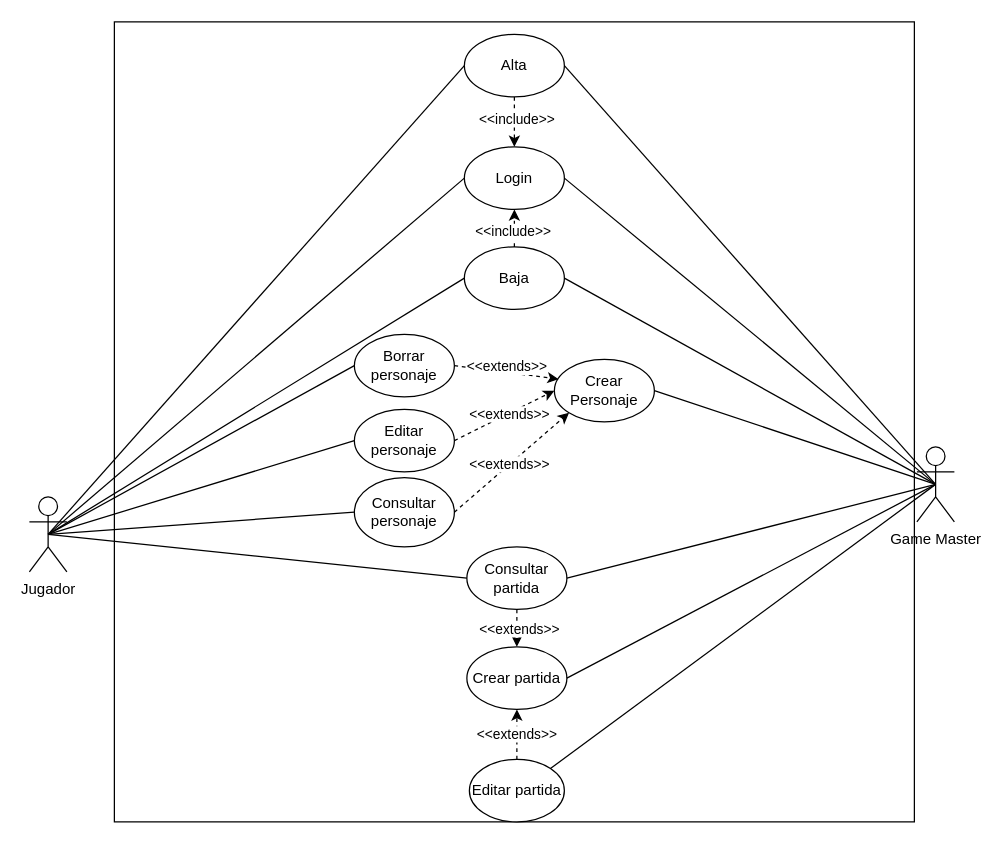
The draw.io diagram Entornos/Caso de uso actualizado.drawio in ruben170305/AdraKode, before the edit. Source tidied: cells renumbered, new cells numbered last; positions are measured from the earlier drawing's top-left corner, leaving out a move shared by most shapes. Both pictures are drawn from the tidied source at 125%, with x=0, y=0 at pixel (29, 21).
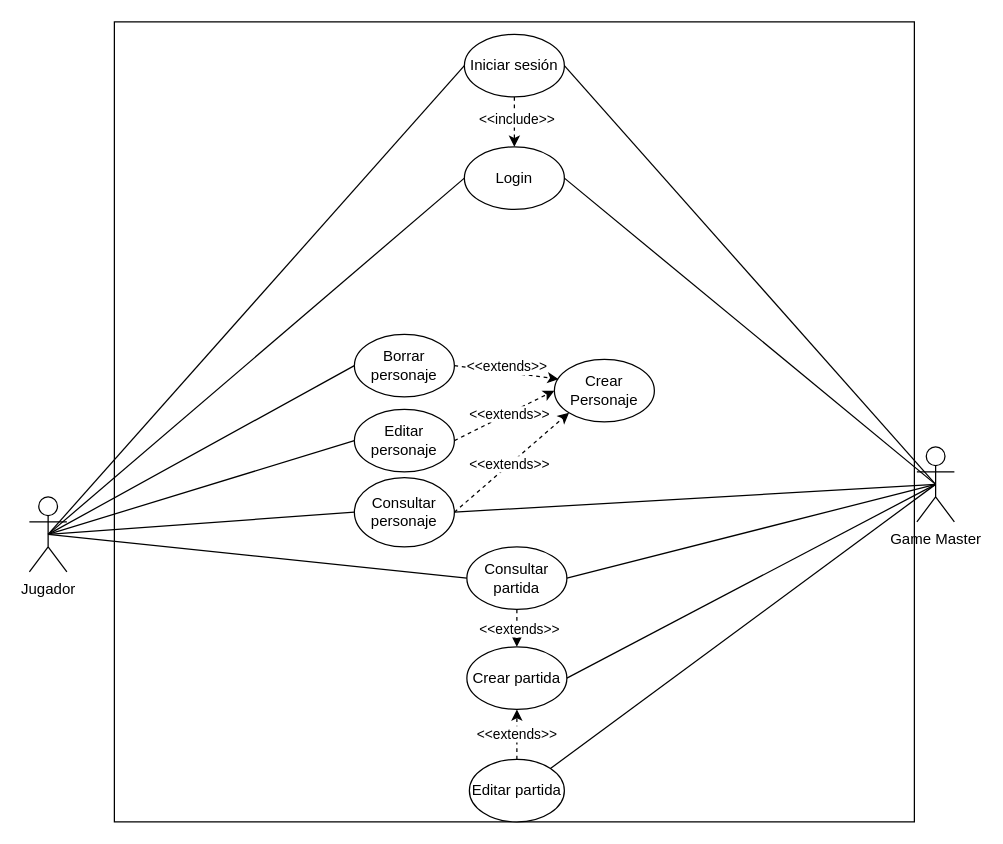
The same diagram, later.

The change refers to these unchanged cells:
```xml
<mxCell id="3" value="Jugador" style="shape=umlActor;verticalLabelPosition=bottom;verticalAlign=top;html=1;outlineConnect=0;" parent="1" vertex="1">
  <mxGeometry y="380" width="30" height="60" as="geometry" />
</mxCell>
<mxCell id="5" value="Login" style="ellipse;whiteSpace=wrap;html=1;" parent="1" vertex="1">
  <mxGeometry x="348" y="100" width="80" height="50" as="geometry" />
</mxCell>
<mxCell id="8" value="Crear Personaje" style="ellipse;whiteSpace=wrap;html=1;" parent="1" vertex="1">
  <mxGeometry x="420" y="270" width="80" height="50" as="geometry" />
</mxCell>
<mxCell id="9" value="Consultar personaje" style="ellipse;whiteSpace=wrap;html=1;" parent="1" vertex="1">
  <mxGeometry x="260" y="364.5" width="80" height="55.5" as="geometry" />
</mxCell>
<mxCell id="16" value="Game Master" style="shape=umlActor;verticalLabelPosition=bottom;verticalAlign=top;html=1;outlineConnect=0;" parent="1" vertex="1">
  <mxGeometry x="710" y="340" width="30" height="60" as="geometry" />
</mxCell>
```

Diff of the diagram source:
```diff
@@
-    <mxCell id="4" value="Alta" style="ellipse;whiteSpace=wrap;html=1;" parent="1" vertex="1">
+    <mxCell id="4" value="Iniciar sesión" style="ellipse;whiteSpace=wrap;html=1;" parent="1" vertex="1">
       <mxGeometry x="348" y="10" width="80" height="50" as="geometry" />
     </mxCell>
@@
-    <mxCell id="6" value="Baja" style="ellipse;whiteSpace=wrap;html=1;" parent="1" vertex="1">
-      <mxGeometry x="348" y="180" width="80" height="50" as="geometry" />
-    </mxCell>
@@
-    <mxCell id="12" style="endArrow=none;html=1;rounded=0;exitX=0.5;exitY=0.5;exitDx=0;exitDy=0;exitPerimeter=0;entryX=0;entryY=0.5;entryDx=0;entryDy=0;" parent="1" edge="1" source="3" target="6">
-      <mxGeometry relative="1" as="geometry" />
-    </mxCell>
@@
-    <mxCell id="25" style="endArrow=none;html=1;rounded=0;entryX=0.5;entryY=0.5;entryDx=0;entryDy=0;entryPerimeter=0;exitX=1;exitY=0.5;exitDx=0;exitDy=0;" parent="1" edge="1" source="6" target="16">
-      <mxGeometry relative="1" as="geometry" />
-    </mxCell>
@@
-    <mxCell id="38" style="endArrow=classic;html=1;rounded=0;exitX=0.5;exitY=0;exitDx=0;exitDy=0;entryX=0.5;entryY=1;entryDx=0;entryDy=0;dashed=1;" parent="1" edge="1" source="6" target="5">
-      <mxGeometry relative="1" as="geometry" />
-    </mxCell>
-    <mxCell id="39" value="&amp;lt;&amp;lt;include&amp;gt;&amp;gt;" style="edgeLabel;html=1;align=center;verticalAlign=middle;" parent="38" vertex="1">
-      <mxGeometry x="-0.13" y="2" relative="1" as="geometry" />
-    </mxCell>
-    <mxCell id="40" style="endArrow=none;html=1;rounded=0;exitX=1;exitY=0.5;exitDx=0;exitDy=0;entryX=0.5;entryY=0.5;entryDx=0;entryDy=0;entryPerimeter=0;" parent="1" edge="1" source="8" target="16">
+    <mxCell id="40" style="endArrow=none;html=1;rounded=0;exitX=1;exitY=0.5;exitDx=0;exitDy=0;entryX=0.5;entryY=0.5;entryDx=0;entryDy=0;entryPerimeter=0;" parent="1" edge="1" source="9" target="16">
       <mxGeometry relative="1" as="geometry" />
     </mxCell>
```
